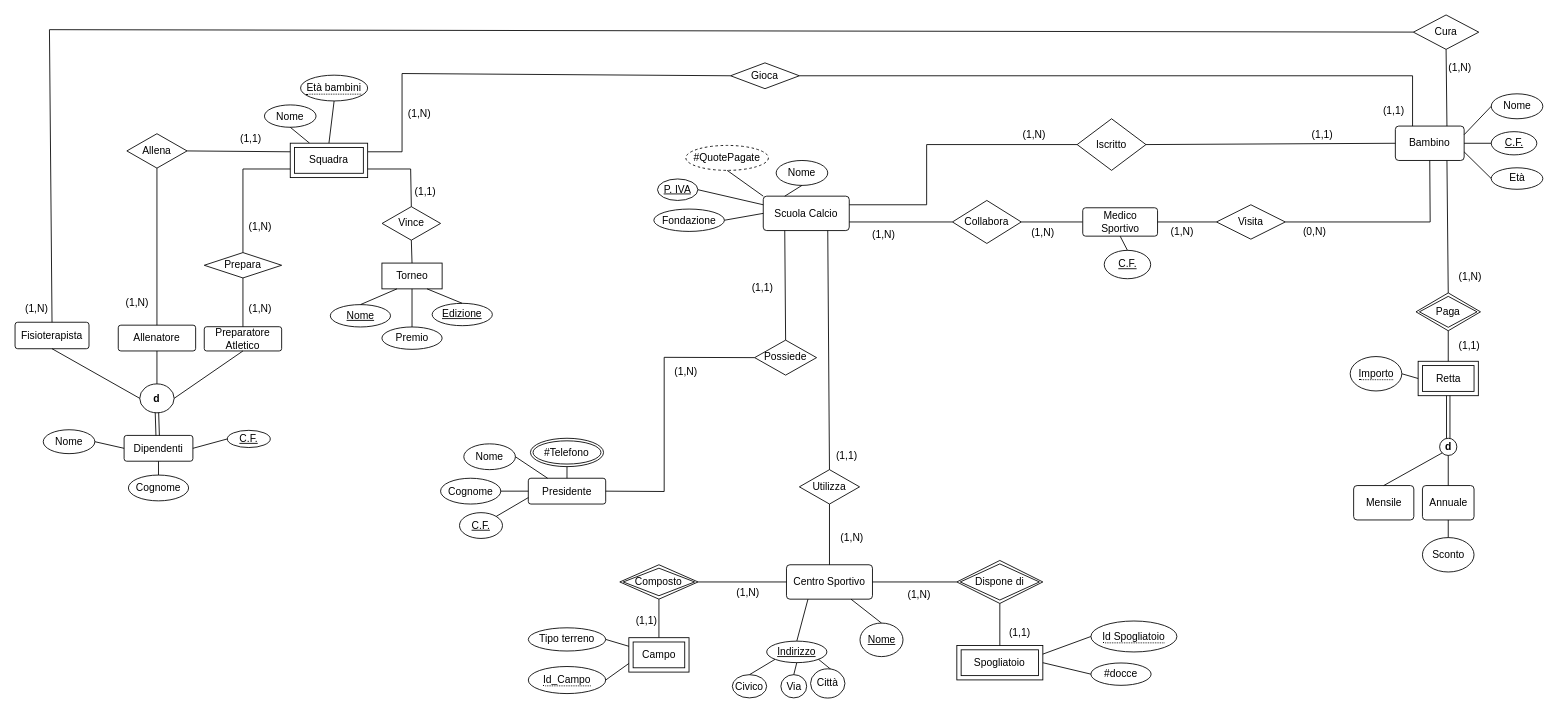
The draw.io diagram modelli/BD-ER-FINAL.drawio in YantCaccia/Progetto-Basi-di-Dati, before the edit. Source tidied: cells renumbered, new cells numbered last; positions are measured from the earlier drawing's top-left corner, leaving out a move shared by most shapes. Both pictures are drawn from the tidied source at 86%, with x=0, y=0 at pixel (15, 15).
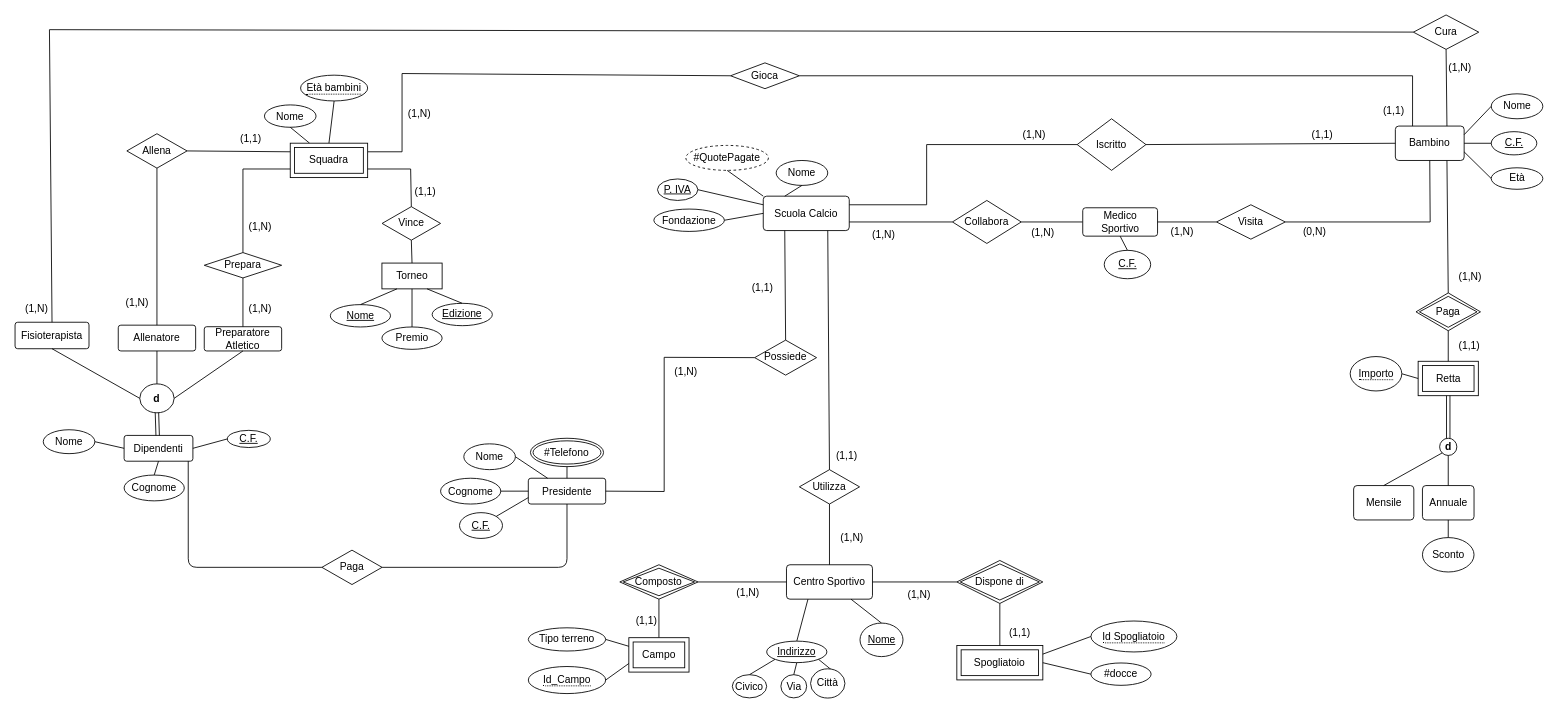
The same diagram, later.

The change refers to these unchanged cells:
```xml
<mxCell id="60" value="Dipendenti" style="rounded=1;arcSize=10;whiteSpace=wrap;html=1;align=center;" parent="1" vertex="1">
  <mxGeometry x="126.8" y="488.8" width="80" height="30" as="geometry" />
</mxCell>
<mxCell id="65" value="&lt;div&gt;Presidente&lt;/div&gt;" style="rounded=1;arcSize=10;whiteSpace=wrap;html=1;align=center;" parent="1" vertex="1">
  <mxGeometry x="596.8" y="538.6" width="90" height="30" as="geometry" />
</mxCell>
```

Change to the diagram source:
```diff
@@
     <mxCell id="126" value="Cognome" style="ellipse;whiteSpace=wrap;html=1;align=center;" parent="1" vertex="1">
-      <mxGeometry x="131.8" y="534.9" width="70" height="30" as="geometry" />
+      <mxGeometry x="126.8" y="534.9" width="70" height="30" as="geometry" />
     </mxCell>
@@
+    <mxCell id="155" style="endArrow=none;html=1;fontFamily=Helvetica;fontSize=11;fontColor=#000000;align=center;strokeColor=#000000;entryX=0;entryY=0.5;entryDx=0;entryDy=0;exitX=0.932;exitY=0.997;exitDx=0;exitDy=0;edgeStyle=orthogonalEdgeStyle;exitPerimeter=0;" parent="1" edge="1" source="60" target="157">
+      <mxGeometry relative="1" as="geometry" />
+    </mxCell>
+    <mxCell id="156" style="endArrow=none;html=1;fontFamily=Helvetica;fontSize=11;fontColor=#000000;align=center;strokeColor=#000000;elbow=vertical;entryX=0.5;entryY=1;entryDx=0;entryDy=0;edgeStyle=orthogonalEdgeStyle;" parent="1" edge="1" source="157" target="65">
+      <mxGeometry relative="1" as="geometry" />
+    </mxCell>
+    <mxCell id="157" value="Paga" style="shape=rhombus;perimeter=rhombusPerimeter;whiteSpace=wrap;html=1;align=center;" parent="1" vertex="1">
+      <mxGeometry x="356.8" y="622.2" width="70" height="40" as="geometry" />
+    </mxCell>
```
